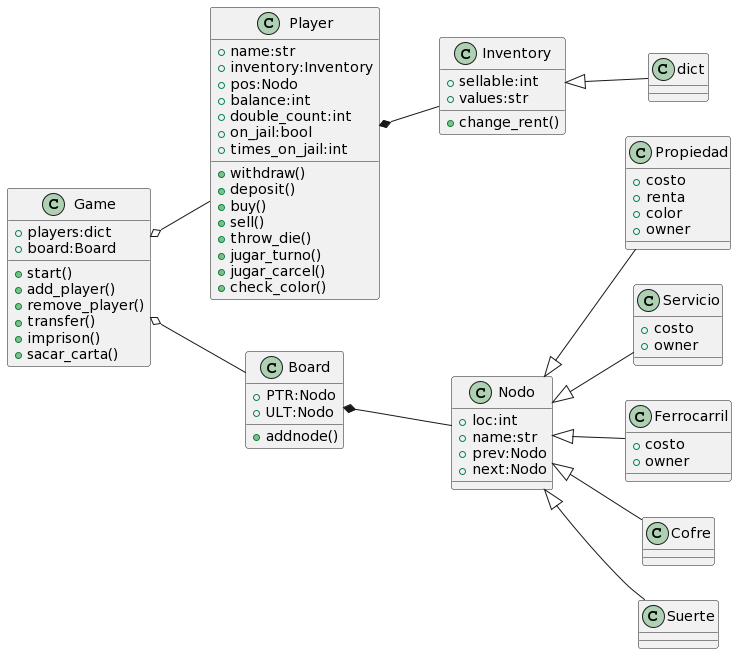
This is img/CLASS_UML.png from davidmosquera03/EDD_Lab03, a PlantUML export, as it was before one commit. Source of this version:
```plantuml
@startuml
left to right direction
class Inventory{
+sellable:int
+values:str
+change_rent()
}

class Player{
+name:str
+inventory:Inventory
+pos:Nodo
+balance:int
+double_count:int
+on_jail:bool
+times_on_jail:int
+withdraw()
+deposit()
+buy()
+sell()
+throw_die()
+jugar_turno()
+jugar_carcel()
+check_color()
}
class dict{
}
class Game{
+players:dict
+board:Board
+start()
+add_player()
+remove_player()
+transfer()
+imprison()
+sacar_carta()
}

class Board{
+PTR:Nodo
+ULT:Nodo
+addnode()
}

class Nodo{
+loc:int
+name:str
+prev:Nodo
+next:Nodo
}
class Propiedad{
+costo
+renta
+color
+owner
}
class Servicio{
+costo
+owner
}
class Ferrocarril{
+costo
+owner
}
Player*--Inventory
Game o--Player
Game o-- Board
Board *-- Nodo
Inventory <|-- dict
Nodo <|-- Propiedad
Nodo <|-- Ferrocarril
Nodo <|-- Servicio
Nodo <|-- Cofre
Nodo <|-- Suerte
@enduml
```
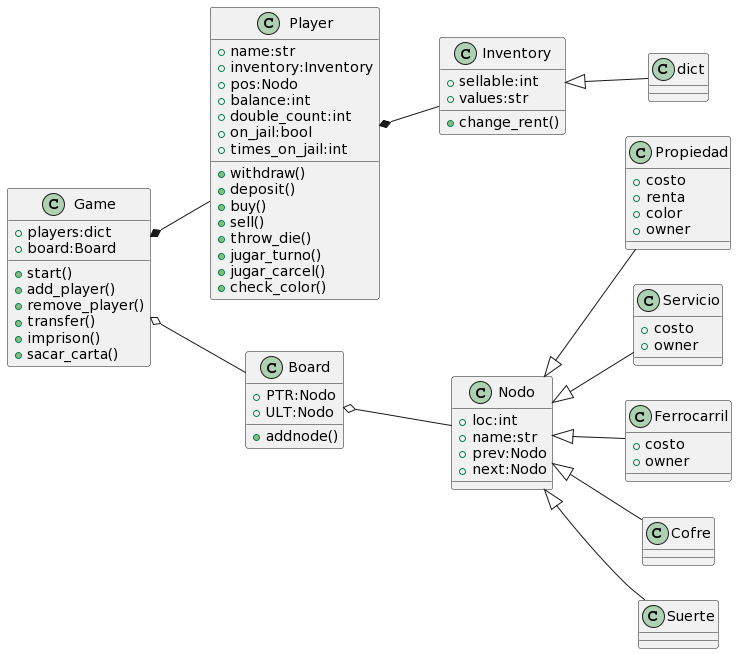
Above is the later version.

The edit, as a diff of the source:
```diff
@@ -63,9 +63,9 @@
 +owner
 }
 Player*--Inventory
-Game o--Player
+Game *--Player
 Game o-- Board
-Board *-- Nodo
+Board o-- Nodo
 Inventory <|-- dict
 Nodo <|-- Propiedad
 Nodo <|-- Ferrocarril
```
